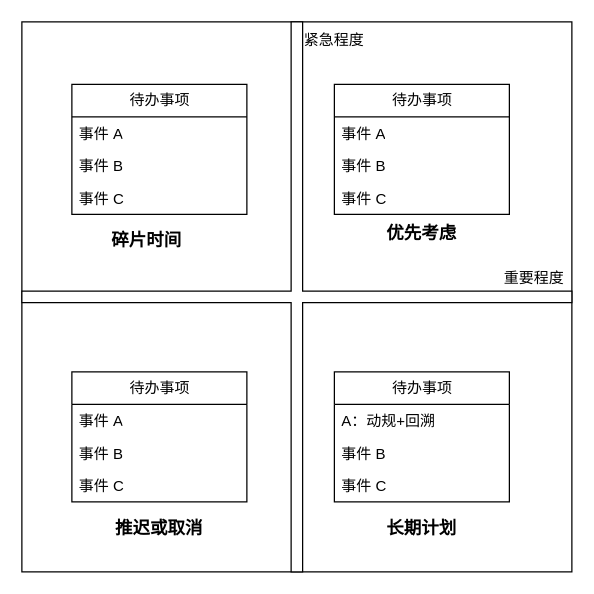
This is 优先级象限.drawio from beyondgogogo/Graph, a draw.io file, before an edit. Source tidied: cells renumbered, new cells numbered last; positions are measured from the earlier drawing's top-left corner, leaving out a move shared by most shapes. Both pictures are drawn from the tidied source at 125%, with x=0, y=0 at pixel (21, 21).
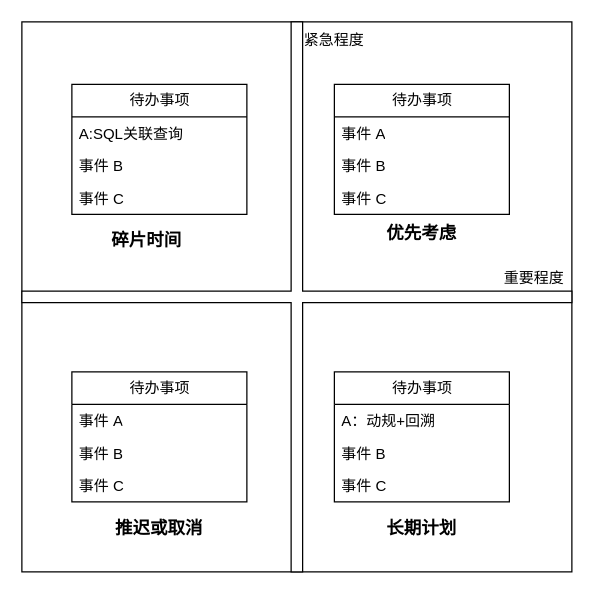
Above is the later version.

Commit message:
更新优先级象限.drawio

The change refers to these unchanged cells:
```xml
<mxCell id="10" value="待办事项" style="swimlane;fontStyle=0;horizontal=1;startSize=26;fillColor=none;html=1;" parent="1" vertex="1">
  <mxGeometry x="40" y="50" width="140" height="104" as="geometry" />
</mxCell>
```

The edit, as a diff of the source:
```diff
@@
-    <mxCell id="11" value="事件 A" style="text;strokeColor=none;fillColor=none;align=left;verticalAlign=top;spacingLeft=4;spacingRight=4;overflow=hidden;whiteSpace=wrap;html=1;" parent="10" vertex="1">
+    <mxCell id="11" value="A:SQL关联查询" style="text;strokeColor=none;fillColor=none;align=left;verticalAlign=top;spacingLeft=4;spacingRight=4;overflow=hidden;whiteSpace=wrap;html=1;" parent="10" vertex="1">
       <mxGeometry y="26" width="140" height="26" as="geometry" />
     </mxCell>
```
